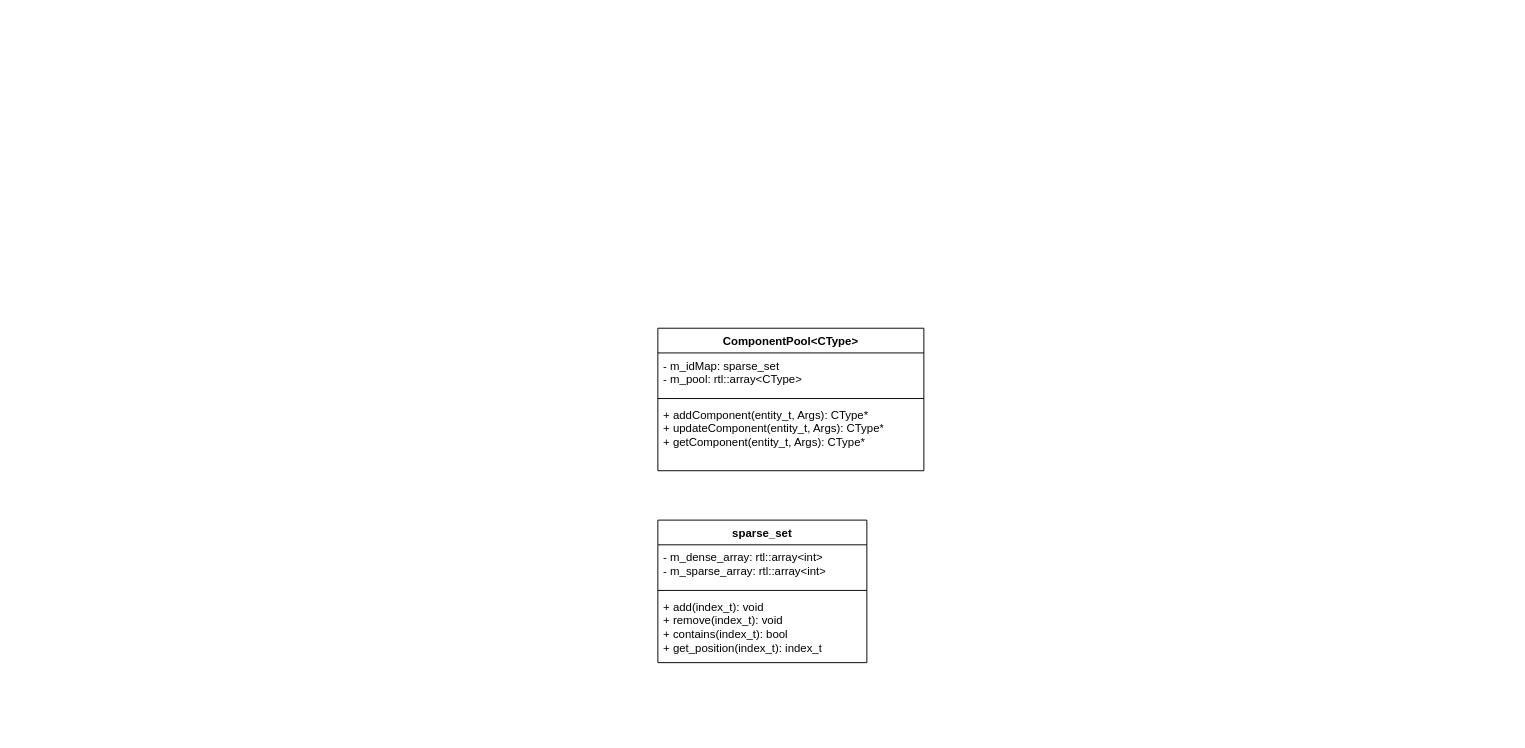
Earlier version of the draw.io diagram _doc/diagrams/saved/ecs-uml.drawio (raging-loon/radium-engine-2.0). Source tidied: cells renumbered, new cells numbered last; positions are measured from the earlier drawing's top-left corner, leaving out a move shared by most shapes. Both pictures are drawn from the tidied source at 95%, with x=0, y=0 at pixel (657, 328).
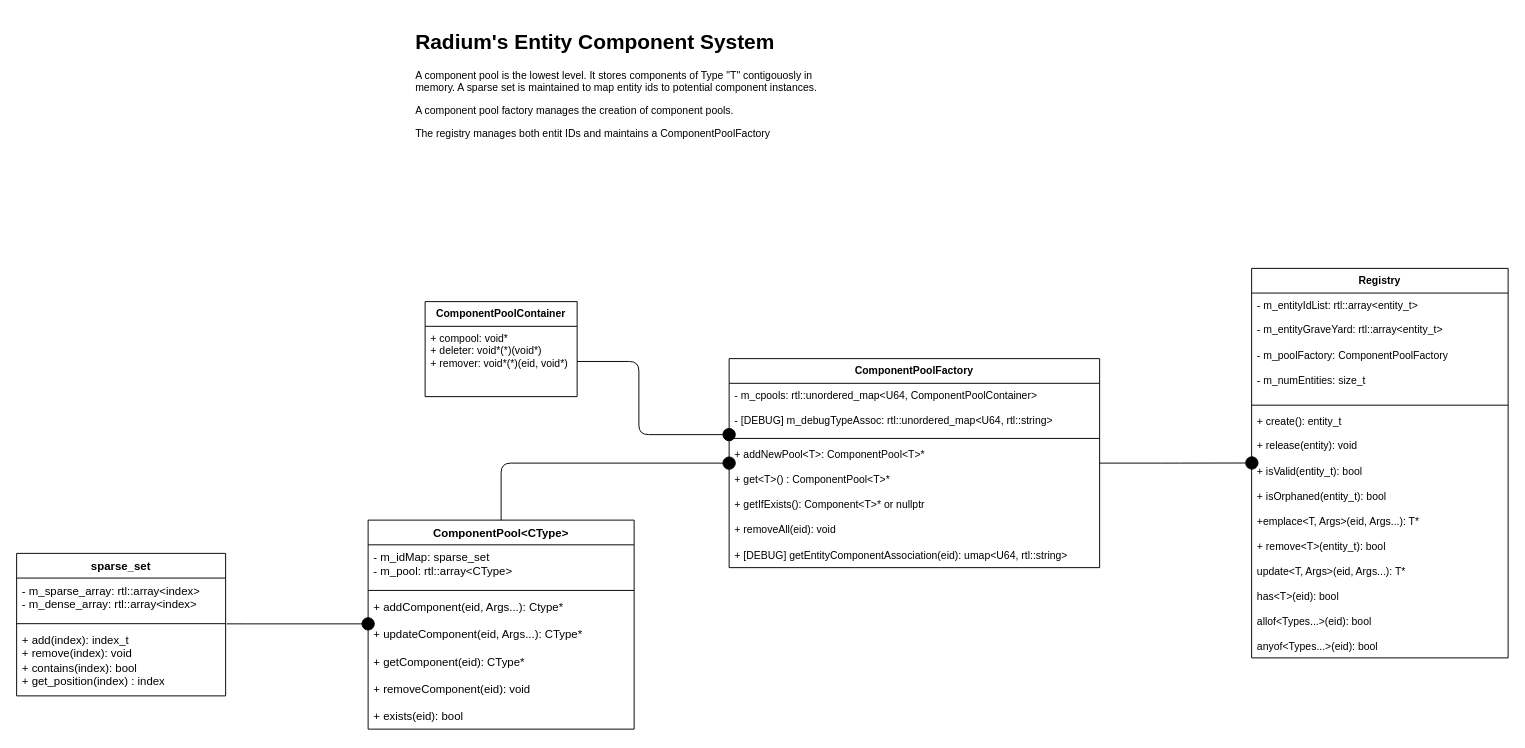
After the change.

Commit message (it also covers changes not shown here):
removed dx12 code. Added diagrams

The edit, as a diff of the source:
```diff
@@
     <mxCell id="2" value="sparse_set" style="swimlane;fontStyle=1;align=center;verticalAlign=top;horizontal=1;startSize=26;whiteSpace=wrap;html=1;" parent="1" vertex="1">
-      <mxGeometry y="202" width="220" height="150" as="geometry" />
+      <mxGeometry x="-675" y="237" width="220" height="150" as="geometry" />
     </mxCell>
-    <mxCell id="3" value="- m_dense_array: rtl::array&amp;lt;int&amp;gt;&lt;br&gt;- m_sparse_array: rtl::array&amp;lt;int&amp;gt;" style="text;strokeColor=none;fillColor=none;align=left;verticalAlign=top;spacingLeft=4;spacingRight=4;overflow=hidden;whiteSpace=wrap;html=1;" parent="2" vertex="1">
-      <mxGeometry y="26" width="220" height="44" as="geometry" />
-    </mxCell>
+    <mxCell id="10" value="- m_sparse_array: rtl::array&amp;lt;index&amp;gt;&lt;br&gt;- m_dense_array: rtl::array&amp;lt;index&amp;gt;" style="text;strokeColor=none;fillColor=none;align=left;verticalAlign=top;spacingLeft=4;spacingRight=4;overflow=hidden;whiteSpace=wrap;html=1;" parent="2" vertex="1">
+      <mxGeometry y="26" width="220" height="44" as="geometry" />
+    </mxCell>
@@
-    <mxCell id="5" value="+ add(index_t): void&lt;br&gt;+ remove(index_t): void&lt;br&gt;+ contains(index_t): bool&lt;br&gt;+ get_position(index_t): index_t" style="text;strokeColor=none;fillColor=none;align=left;verticalAlign=top;spacingLeft=4;spacingRight=4;overflow=hidden;whiteSpace=wrap;html=1;" parent="2" vertex="1">
-      <mxGeometry y="78" width="220" height="72" as="geometry" />
-    </mxCell>
+    <mxCell id="11" value="+ add(index): index_t&lt;br&gt;+ remove(index): void&lt;br&gt;+ contains(index): bool&lt;br&gt;+ get_position(index) : index" style="text;strokeColor=none;fillColor=none;align=left;verticalAlign=top;spacingLeft=4;spacingRight=4;overflow=hidden;points=[[0,0.5],[1,0.5]];portConstraint=eastwest;whiteSpace=wrap;html=1;" parent="2" vertex="1">
+      <mxGeometry y="78" width="220" height="72" as="geometry" />
+    </mxCell>
+    <mxCell id="12" style="edgeStyle=orthogonalEdgeStyle;rounded=1;jettySize=auto;html=1;entryX=1.005;entryY=-0.053;entryDx=0;entryDy=0;startArrow=oval;startFill=1;endArrow=none;endFill=0;endSize=12;startSize=13;entryPerimeter=0;" parent="1" edge="1" source="6" target="11">
+      <mxGeometry relative="1" as="geometry">
+        <Array as="points">
+          <mxPoint x="-434" y="312" />
+        </Array>
+      </mxGeometry>
+    </mxCell>
     <mxCell id="6" value="ComponentPool&amp;lt;CType&amp;gt;" style="swimlane;fontStyle=1;align=center;verticalAlign=top;horizontal=1;startSize=26;whiteSpace=wrap;html=1;" parent="1" vertex="1">
-      <mxGeometry width="280" height="150" as="geometry" />
+      <mxGeometry x="-305" y="202" width="280" height="220" as="geometry" />
     </mxCell>
@@
-    <mxCell id="9" value="+ addComponent(entity_t, Args): CType*&lt;br&gt;+ updateComponent(entity_t, Args): CType*&lt;br&gt;+ getComponent(entity_t, Args): CType*" style="text;strokeColor=none;fillColor=none;align=left;verticalAlign=top;spacingLeft=4;spacingRight=4;overflow=hidden;whiteSpace=wrap;html=1;" parent="6" vertex="1">
-      <mxGeometry y="78" width="280" height="72" as="geometry" />
-    </mxCell>
+    <mxCell id="13" value="+ addComponent(eid, Args...): Ctype*&lt;br&gt;&lt;br&gt;+ updateComponent(eid, Args...): CType*&lt;br&gt;&lt;br&gt;+ getComponent(eid): CType*&lt;br&gt;&lt;br&gt;+ removeComponent(eid): void&lt;br&gt;&lt;br&gt;+ exists(eid): bool" style="text;strokeColor=none;fillColor=none;align=left;verticalAlign=top;spacingLeft=4;spacingRight=4;overflow=hidden;whiteSpace=wrap;html=1;" parent="6" vertex="1">
+      <mxGeometry y="78" width="280" height="142" as="geometry" />
+    </mxCell>
+    <mxCell id="14" value="ComponentPoolContainer" style="swimlane;fontStyle=1;align=center;verticalAlign=top;horizontal=1;startSize=26;whiteSpace=wrap;html=1;fontFamily=Helvetica;fontSize=11;fontColor=default;" parent="1" vertex="1">
+      <mxGeometry x="-245" y="-28" width="160" height="100" as="geometry" />
+    </mxCell>
+    <mxCell id="15" value="+ compool: void*&lt;br&gt;+ deleter: void*(*)(void*)&lt;br&gt;+ remover: void*(*)(eid, void*)" style="text;strokeColor=none;fillColor=none;align=left;verticalAlign=top;spacingLeft=4;spacingRight=4;overflow=hidden;points=[[0,0.5],[1,0.5]];portConstraint=eastwest;whiteSpace=wrap;html=1;fontSize=11;fontFamily=Helvetica;fontColor=default;" parent="14" vertex="1">
+      <mxGeometry y="26" width="160" height="74" as="geometry" />
+    </mxCell>
+    <mxCell id="16" style="edgeStyle=orthogonalEdgeStyle;shape=connector;rounded=1;jettySize=auto;html=1;entryX=0.5;entryY=0;entryDx=0;entryDy=0;labelBackgroundColor=default;strokeColor=default;align=center;verticalAlign=middle;fontFamily=Helvetica;fontSize=11;fontColor=default;startArrow=oval;startFill=1;endArrow=none;endFill=0;startSize=13;endSize=12;" parent="1" edge="1" source="18" target="6">
+      <mxGeometry relative="1" as="geometry" />
+    </mxCell>
+    <mxCell id="17" style="edgeStyle=orthogonalEdgeStyle;shape=connector;rounded=1;jettySize=auto;html=1;entryX=1;entryY=0.5;entryDx=0;entryDy=0;labelBackgroundColor=default;strokeColor=default;align=center;verticalAlign=middle;fontFamily=Helvetica;fontSize=11;fontColor=default;startArrow=oval;startFill=1;endArrow=none;endFill=0;startSize=13;endSize=12;" parent="1" edge="1" source="18" target="15">
+      <mxGeometry relative="1" as="geometry">
+        <Array as="points">
+          <mxPoint x="-20" y="112" />
+          <mxPoint x="-20" y="35" />
+        </Array>
+      </mxGeometry>
+    </mxCell>
+    <mxCell id="18" value="ComponentPoolFactory" style="swimlane;fontStyle=1;align=center;verticalAlign=top;horizontal=1;startSize=26;whiteSpace=wrap;html=1;fontFamily=Helvetica;fontSize=11;fontColor=default;" parent="1" vertex="1">
+      <mxGeometry x="75" y="32" width="390" height="220" as="geometry" />
+    </mxCell>
+    <mxCell id="19" value="- m_cpools: rtl::unordered_map&amp;lt;U64, ComponentPoolContainer&amp;gt;&lt;br&gt;&lt;br&gt;- [DEBUG] m_debugTypeAssoc: rtl::unordered_map&amp;lt;U64, rtl::string&amp;gt;" style="text;strokeColor=none;fillColor=none;align=left;verticalAlign=top;spacingLeft=4;spacingRight=4;overflow=hidden;whiteSpace=wrap;html=1;fontSize=11;fontFamily=Helvetica;fontColor=default;" parent="18" vertex="1">
+      <mxGeometry y="26" width="390" height="54" as="geometry" />
+    </mxCell>
+    <mxCell id="20" style="line;strokeWidth=1;fillColor=none;align=left;verticalAlign=middle;spacingTop=-1;spacingLeft=3;spacingRight=3;labelPosition=right;strokeColor=inherit;fontFamily=Helvetica;fontSize=11;fontColor=default;" parent="18" vertex="1">
+      <mxGeometry y="80" width="390" height="8" as="geometry" />
+    </mxCell>
+    <mxCell id="21" value="+ addNewPool&amp;lt;T&amp;gt;: ComponentPool&amp;lt;T&amp;gt;*&lt;br&gt;&lt;br&gt;+ get&amp;lt;T&amp;gt;() : ComponentPool&amp;lt;T&amp;gt;*&lt;br&gt;&lt;br&gt;+ getIfExists(): Component&amp;lt;T&amp;gt;* or nullptr&lt;br&gt;&lt;br&gt;+ removeAll(eid): void&lt;br&gt;&lt;br&gt;+ [DEBUG] getEntityComponentAssociation(eid): umap&amp;lt;U64, rtl::string&amp;gt;" style="text;strokeColor=none;fillColor=none;align=left;verticalAlign=top;spacingLeft=4;spacingRight=4;overflow=hidden;whiteSpace=wrap;html=1;fontSize=11;fontFamily=Helvetica;fontColor=default;" parent="18" vertex="1">
+      <mxGeometry y="88" width="390" height="132" as="geometry" />
+    </mxCell>
+    <mxCell id="22" value="&lt;h1&gt;Radium's Entity Component System&lt;/h1&gt;&lt;p&gt;A component pool is the lowest level. It stores components of Type &quot;T&quot; contigouosly in memory. A sparse set is maintained to map entity ids to potential component instances.&lt;/p&gt;&lt;p&gt;A component pool factory manages the creation of component pools.&lt;/p&gt;&lt;p&gt;The registry manages both entit IDs and maintains a ComponentPoolFactory&lt;/p&gt;" style="text;html=1;strokeColor=none;fillColor=none;spacing=5;spacingTop=-20;whiteSpace=wrap;overflow=hidden;rounded=0;fontSize=11;fontFamily=Helvetica;fontColor=default;" parent="1" vertex="1">
+      <mxGeometry x="-260" y="-318" width="445" height="120" as="geometry" />
+    </mxCell>
+    <mxCell id="23" value="Registry" style="swimlane;fontStyle=1;align=center;verticalAlign=top;horizontal=1;startSize=26;whiteSpace=wrap;html=1;fontFamily=Helvetica;fontSize=11;fontColor=default;" parent="1" vertex="1">
+      <mxGeometry x="625" y="-63" width="270" height="410" as="geometry" />
+    </mxCell>
+    <mxCell id="24" value="- m_entityIdList: rtl::array&amp;lt;entity_t&amp;gt;&lt;br&gt;&lt;br&gt;- m_entityGraveYard: rtl::array&amp;lt;entity_t&amp;gt;&lt;br&gt;&lt;br&gt;- m_poolFactory: ComponentPoolFactory&lt;br&gt;&lt;br&gt;- m_numEntities: size_t" style="text;strokeColor=none;fillColor=none;align=left;verticalAlign=top;spacingLeft=4;spacingRight=4;overflow=hidden;whiteSpace=wrap;html=1;fontSize=11;fontFamily=Helvetica;fontColor=default;" parent="23" vertex="1">
+      <mxGeometry y="26" width="270" height="114" as="geometry" />
+    </mxCell>
+    <mxCell id="25" style="line;strokeWidth=1;fillColor=none;align=left;verticalAlign=middle;spacingTop=-1;spacingLeft=3;spacingRight=3;labelPosition=right;strokeColor=inherit;fontFamily=Helvetica;fontSize=11;fontColor=default;" parent="23" vertex="1">
+      <mxGeometry y="140" width="270" height="8" as="geometry" />
+    </mxCell>
+    <mxCell id="26" value="+ create(): entity_t&lt;br&gt;&lt;br&gt;+ release(entity): void&lt;br&gt;&lt;br&gt;+ isValid(entity_t): bool&lt;br&gt;&lt;br&gt;+ isOrphaned(entity_t): bool&lt;br&gt;&lt;br&gt;+emplace&amp;lt;T, Args&amp;gt;(eid, Args...): T*&lt;br&gt;&lt;br&gt;+ remove&amp;lt;T&amp;gt;(entity_t): bool&lt;br&gt;&lt;br&gt;update&amp;lt;T, Args&amp;gt;(eid, Args...): T*&lt;br&gt;&lt;br&gt;has&amp;lt;T&amp;gt;(eid): bool&lt;br&gt;&lt;br&gt;allof&amp;lt;Types...&amp;gt;(eid): bool&lt;br&gt;&lt;br&gt;anyof&amp;lt;Types...&amp;gt;(eid): bool" style="text;strokeColor=none;fillColor=none;align=left;verticalAlign=top;spacingLeft=4;spacingRight=4;overflow=hidden;points=[[0,0.5],[1,0.5]];portConstraint=eastwest;whiteSpace=wrap;html=1;fontSize=11;fontFamily=Helvetica;fontColor=default;" parent="23" vertex="1">
+      <mxGeometry y="148" width="270" height="262" as="geometry" />
+    </mxCell>
+    <mxCell id="27" style="edgeStyle=orthogonalEdgeStyle;shape=connector;rounded=1;jettySize=auto;html=1;entryX=0.001;entryY=0.217;entryDx=0;entryDy=0;entryPerimeter=0;labelBackgroundColor=default;strokeColor=default;align=center;verticalAlign=middle;fontFamily=Helvetica;fontSize=11;fontColor=default;startArrow=none;startFill=0;endArrow=oval;endFill=1;startSize=13;endSize=13;" parent="1" edge="1" source="18" target="26">
+      <mxGeometry relative="1" as="geometry" />
+    </mxCell>
```
